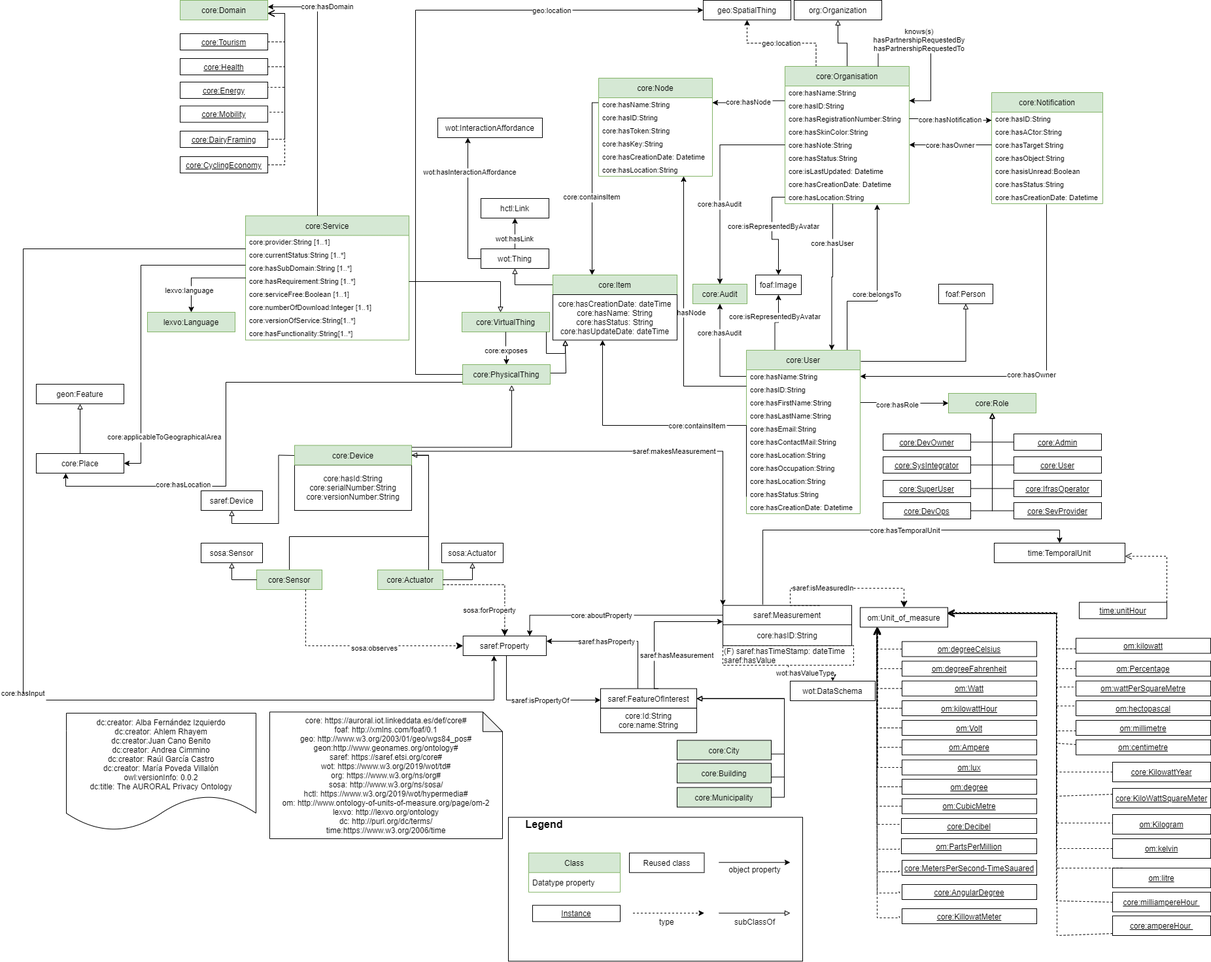
Above: diagrams/core.png in oeg-upm/auroral-core-ontology (draw.io), before the change. Source tidied: cells renumbered, new cells last; positions are measured from the earlier drawing's top-left corner, leaving out a move shared by most shapes.
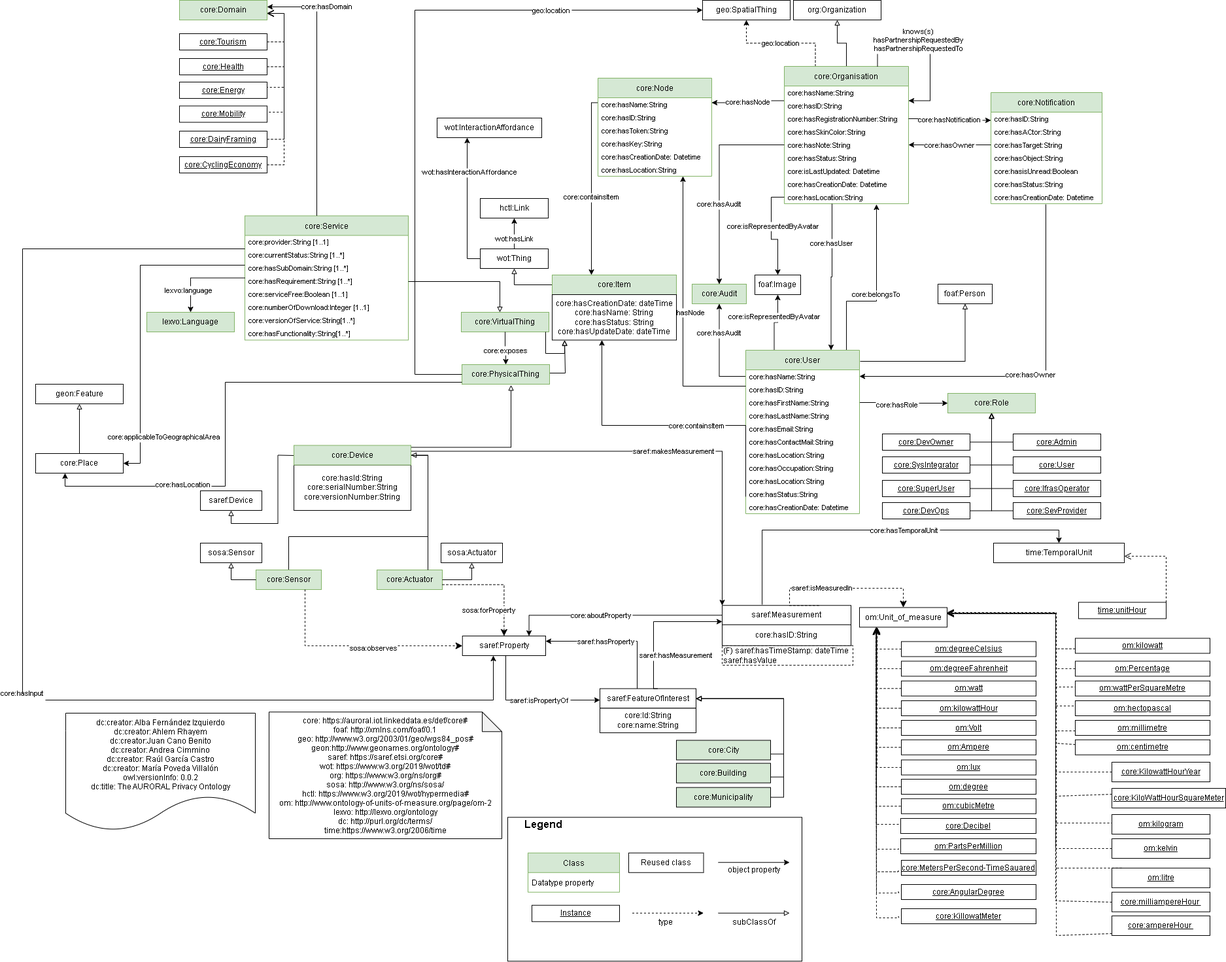
After the commit.

What changed in the source:
```diff
@@ -455,17 +455,6 @@
     <mxCell id="123" value="(F) saref:hasTimeStamp: dateTime&lt;br&gt;saref:hasValue" style="rounded=0;whiteSpace=wrap;html=1;snapToPoint=1;points=[[0.1,0],[0.2,0],[0.3,0],[0.4,0],[0.5,0],[0.6,0],[0.7,0],[0.8,0],[0.9,0],[0,0.1],[0,0.3],[0,0.5],[0,0.7],[0,0.9],[0.1,1],[0.2,1],[0.3,1],[0.4,1],[0.5,1],[0.6,1],[0.7,1],[0.8,1],[0.9,1],[1,0.1],[1,0.3],[1,0.5],[1,0.7],[1,0.9]];dashed=1;align=left;" parent="1" vertex="1">
       <mxGeometry x="1070" y="986.8" width="200" height="30" as="geometry" />
     </mxCell>
-    <mxCell id="124" value="wot:DataSchema" style="rounded=0;whiteSpace=wrap;html=1;" parent="1" vertex="1">
-      <mxGeometry x="1173" y="1041" width="130" height="30" as="geometry" />
-    </mxCell>
-    <mxCell id="125" style="endArrow=classic;html=1;endSize=8;dashed=1;arcSize=0;edgeStyle=orthogonalEdgeStyle;exitX=0.5;exitY=1;exitDx=0;exitDy=0;" parent="1" edge="1" source="123" target="124">
-      <mxGeometry relative="1" as="geometry" />
-    </mxCell>
-    <mxCell id="126" value="&lt;div&gt;wot:hasValueType&lt;/div&gt;" style="edgeLabel;html=1;align=center;verticalAlign=middle;" parent="125" vertex="1">
-      <mxGeometry x="-0.19" y="-1" relative="1" as="geometry">
-        <mxPoint x="1" y="-1.2" as="offset" />
-      </mxGeometry>
-    </mxCell>
     <mxCell id="127" value="saref:makesMeasurement" style="edgeStyle=orthogonalEdgeStyle;rounded=0;jettySize=auto;entryX=0;entryY=0;entryDx=0;entryDy=0;fontSize=11;endArrow=classic;endFill=1;exitX=1;exitY=0.3;exitDx=0;exitDy=0;" parent="1" edge="1" source="177" target="120">
       <mxGeometry x="0.13" relative="1" as="geometry">
         <Array as="points">
@@ -493,7 +482,7 @@
     <mxCell id="133" style="endArrow=open;html=1;fontColor=#000099;endFill=0;dashed=1;endSize=8;exitX=0;exitY=0.5;exitDx=0;exitDy=0;edgeStyle=orthogonalEdgeStyle;arcSize=0;entryX=0.2;entryY=1;entryDx=0;entryDy=0;" parent="1" edge="1" source="134" target="119">
       <mxGeometry relative="1" as="geometry" />
     </mxCell>
-    <mxCell id="134" value="&lt;u&gt;om:Watt&lt;/u&gt;" style="rounded=0;whiteSpace=wrap;html=1;snapToPoint=1;points=[[0.1,0],[0.2,0],[0.3,0],[0.4,0],[0.5,0],[0.6,0],[0.7,0],[0.8,0],[0.9,0],[0,0.1],[0,0.3],[0,0.5],[0,0.7],[0,0.9],[0.1,1],[0.2,1],[0.3,1],[0.4,1],[0.5,1],[0.6,1],[0.7,1],[0.8,1],[0.9,1],[1,0.1],[1,0.3],[1,0.5],[1,0.7],[1,0.9]];" parent="1" vertex="1">
+    <mxCell id="134" value="&lt;u&gt;om:watt&lt;/u&gt;" style="rounded=0;whiteSpace=wrap;html=1;snapToPoint=1;points=[[0.1,0],[0.2,0],[0.3,0],[0.4,0],[0.5,0],[0.6,0],[0.7,0],[0.8,0],[0.9,0],[0,0.1],[0,0.3],[0,0.5],[0,0.7],[0,0.9],[0.1,1],[0.2,1],[0.3,1],[0.4,1],[0.5,1],[0.6,1],[0.7,1],[0.8,1],[0.9,1],[1,0.1],[1,0.3],[1,0.5],[1,0.7],[1,0.9]];" parent="1" vertex="1">
       <mxGeometry x="1344" y="1040.8" width="206" height="23" as="geometry" />
     </mxCell>
     <mxCell id="135" value="&lt;u&gt;om:kilowattHour&lt;/u&gt;" style="rounded=0;whiteSpace=wrap;html=1;" parent="1" vertex="1">
@@ -511,7 +500,7 @@
     <mxCell id="139" value="&lt;u&gt;om:degree&lt;/u&gt;" style="rounded=0;whiteSpace=wrap;html=1;" parent="1" vertex="1">
       <mxGeometry x="1344" y="1191" width="206" height="23" as="geometry" />
     </mxCell>
-    <mxCell id="140" value="&lt;u&gt;om:CubicMetre&lt;/u&gt;" style="rounded=0;whiteSpace=wrap;html=1;" parent="1" vertex="1">
+    <mxCell id="140" value="&lt;u&gt;om:cubicMetre&lt;/u&gt;" style="rounded=0;whiteSpace=wrap;html=1;" parent="1" vertex="1">
       <mxGeometry x="1344" y="1220.8" width="206" height="23" as="geometry" />
     </mxCell>
     <mxCell id="141" style="endArrow=open;html=1;fontColor=#000099;endFill=0;dashed=1;endSize=8;exitX=0;exitY=0.5;exitDx=0;exitDy=0;edgeStyle=orthogonalEdgeStyle;arcSize=0;entryX=0.2;entryY=1;entryDx=0;entryDy=0;" parent="1" edge="1">
@@ -912,13 +901,13 @@
         </Array>
       </mxGeometry>
     </mxCell>
-    <mxCell id="220" value="&lt;u&gt;core:KilowattYear&lt;/u&gt;" style="rounded=0;whiteSpace=wrap;html=1;snapToPoint=1;points=[[0.1,0],[0.2,0],[0.3,0],[0.4,0],[0.5,0],[0.6,0],[0.7,0],[0.8,0],[0.9,0],[0,0.1],[0,0.3],[0,0.5],[0,0.7],[0,0.9],[0.1,1],[0.2,1],[0.3,1],[0.4,1],[0.5,1],[0.6,1],[0.7,1],[0.8,1],[0.9,1],[1,0.1],[1,0.3],[1,0.5],[1,0.7],[1,0.9]];" parent="1" vertex="1">
+    <mxCell id="220" value="&lt;u&gt;core:KilowattHourYear&lt;/u&gt;" style="rounded=0;whiteSpace=wrap;html=1;snapToPoint=1;points=[[0.1,0],[0.2,0],[0.3,0],[0.4,0],[0.5,0],[0.6,0],[0.7,0],[0.8,0],[0.9,0],[0,0.1],[0,0.3],[0,0.5],[0,0.7],[0,0.9],[0.1,1],[0.2,1],[0.3,1],[0.4,1],[0.5,1],[0.6,1],[0.7,1],[0.8,1],[0.9,1],[1,0.1],[1,0.3],[1,0.5],[1,0.7],[1,0.9]];" parent="1" vertex="1">
       <mxGeometry x="1666" y="1165" width="150" height="30" as="geometry" />
     </mxCell>
-    <mxCell id="221" value="&lt;u&gt;core:KiloWattSquareMeter&lt;/u&gt;" style="rounded=0;whiteSpace=wrap;html=1;snapToPoint=1;points=[[0.1,0],[0.2,0],[0.3,0],[0.4,0],[0.5,0],[0.6,0],[0.7,0],[0.8,0],[0.9,0],[0,0.1],[0,0.3],[0,0.5],[0,0.7],[0,0.9],[0.1,1],[0.2,1],[0.3,1],[0.4,1],[0.5,1],[0.6,1],[0.7,1],[0.8,1],[0.9,1],[1,0.1],[1,0.3],[1,0.5],[1,0.7],[1,0.9]];" parent="1" vertex="1">
-      <mxGeometry x="1666" y="1205" width="150" height="30" as="geometry" />
+    <mxCell id="221" value="&lt;u&gt;core:KiloWattHourSquareMeter&lt;/u&gt;" style="rounded=0;whiteSpace=wrap;html=1;snapToPoint=1;points=[[0.1,0],[0.2,0],[0.3,0],[0.4,0],[0.5,0],[0.6,0],[0.7,0],[0.8,0],[0.9,0],[0,0.1],[0,0.3],[0,0.5],[0,0.7],[0,0.9],[0.1,1],[0.2,1],[0.3,1],[0.4,1],[0.5,1],[0.6,1],[0.7,1],[0.8,1],[0.9,1],[1,0.1],[1,0.3],[1,0.5],[1,0.7],[1,0.9]];" parent="1" vertex="1">
+      <mxGeometry x="1666" y="1205" width="174" height="30" as="geometry" />
     </mxCell>
-    <mxCell id="222" value="&lt;u&gt;om:Kilogram&lt;/u&gt;&lt;span style=&quot;color: rgba(0 , 0 , 0 , 0) ; font-family: monospace ; font-size: 0px&quot;&gt;%3CmxGraphModel%3E%3Croot%3E%3CmxCell%20id%3D%220%22%2F%3E%3CmxCell%20id%3D%221%22%20parent%3D%220%22%2F%3E%3CmxCell%20id%3D%222%22%20value%3D%22%26lt%3Bu%26gt%3Bcore%3AKiloWattSquareMeter%26lt%3B%2Fu%26gt%3B%22%20style%3D%22rounded%3D0%3BwhiteSpace%3Dwrap%3Bhtml%3D1%3BsnapToPoint%3D1%3Bpoints%3D%5B%5B0.1%2C0%5D%2C%5B0.2%2C0%5D%2C%5B0.3%2C0%5D%2C%5B0.4%2C0%5D%2C%5B0.5%2C0%5D%2C%5B0.6%2C0%5D%2C%5B0.7%2C0%5D%2C%5B0.8%2C0%5D%2C%5B0.9%2C0%5D%2C%5B0%2C0.1%5D%2C%5B0%2C0.3%5D%2C%5B0%2C0.5%5D%2C%5B0%2C0.7%5D%2C%5B0%2C0.9%5D%2C%5B0.1%2C1%5D%2C%5B0.2%2C1%5D%2C%5B0.3%2C1%5D%2C%5B0.4%2C1%5D%2C%5B0.5%2C1%5D%2C%5B0.6%2C1%5D%2C%5B0.7%2C1%5D%2C%5B0.8%2C1%5D%2C%5B0.9%2C1%5D%2C%5B1%2C0.1%5D%2C%5B1%2C0.3%5D%2C%5B1%2C0.5%5D%2C%5B1%2C0.7%5D%2C%5B1%2C0.9%5D%5D%3B%22%20vertex%3D%221%22%20parent%3D%221%22%3E%3CmxGeometry%20x%3D%221210%22%20y%3D%22190%22%20width%3D%22150%22%20height%3D%2230%22%20as%3D%22geometry%22%2F%3E%3C%2FmxCell%3E%3C%2Froot%3E%3C%2FmxGraphModel%3E&lt;/span&gt;" style="rounded=0;whiteSpace=wrap;html=1;snapToPoint=1;points=[[0.1,0],[0.2,0],[0.3,0],[0.4,0],[0.5,0],[0.6,0],[0.7,0],[0.8,0],[0.9,0],[0,0.1],[0,0.3],[0,0.5],[0,0.7],[0,0.9],[0.1,1],[0.2,1],[0.3,1],[0.4,1],[0.5,1],[0.6,1],[0.7,1],[0.8,1],[0.9,1],[1,0.1],[1,0.3],[1,0.5],[1,0.7],[1,0.9]];" parent="1" vertex="1">
+    <mxCell id="222" value="&lt;u&gt;om:kilogram&lt;/u&gt;&lt;span style=&quot;color: rgba(0 , 0 , 0 , 0) ; font-family: monospace ; font-size: 0px&quot;&gt;%3CmxGraphModel%3E%3Croot%3E%3CmxCell%20id%3D%220%22%2F%3E%3CmxCell%20id%3D%221%22%20parent%3D%220%22%2F%3E%3CmxCell%20id%3D%222%22%20value%3D%22%26lt%3Bu%26gt%3Bcore%3AKiloWattSquareMeter%26lt%3B%2Fu%26gt%3B%22%20style%3D%22rounded%3D0%3BwhiteSpace%3Dwrap%3Bhtml%3D1%3BsnapToPoint%3D1%3Bpoints%3D%5B%5B0.1%2C0%5D%2C%5B0.2%2C0%5D%2C%5B0.3%2C0%5D%2C%5B0.4%2C0%5D%2C%5B0.5%2C0%5D%2C%5B0.6%2C0%5D%2C%5B0.7%2C0%5D%2C%5B0.8%2C0%5D%2C%5B0.9%2C0%5D%2C%5B0%2C0.1%5D%2C%5B0%2C0.3%5D%2C%5B0%2C0.5%5D%2C%5B0%2C0.7%5D%2C%5B0%2C0.9%5D%2C%5B0.1%2C1%5D%2C%5B0.2%2C1%5D%2C%5B0.3%2C1%5D%2C%5B0.4%2C1%5D%2C%5B0.5%2C1%5D%2C%5B0.6%2C1%5D%2C%5B0.7%2C1%5D%2C%5B0.8%2C1%5D%2C%5B0.9%2C1%5D%2C%5B1%2C0.1%5D%2C%5B1%2C0.3%5D%2C%5B1%2C0.5%5D%2C%5B1%2C0.7%5D%2C%5B1%2C0.9%5D%5D%3B%22%20vertex%3D%221%22%20parent%3D%221%22%3E%3CmxGeometry%20x%3D%221210%22%20y%3D%22190%22%20width%3D%22150%22%20height%3D%2230%22%20as%3D%22geometry%22%2F%3E%3C%2FmxCell%3E%3C%2Froot%3E%3C%2FmxGraphModel%3E&lt;/span&gt;" style="rounded=0;whiteSpace=wrap;html=1;snapToPoint=1;points=[[0.1,0],[0.2,0],[0.3,0],[0.4,0],[0.5,0],[0.6,0],[0.7,0],[0.8,0],[0.9,0],[0,0.1],[0,0.3],[0,0.5],[0,0.7],[0,0.9],[0.1,1],[0.2,1],[0.3,1],[0.4,1],[0.5,1],[0.6,1],[0.7,1],[0.8,1],[0.9,1],[1,0.1],[1,0.3],[1,0.5],[1,0.7],[1,0.9]];" parent="1" vertex="1">
       <mxGeometry x="1666" y="1245" width="150" height="30" as="geometry" />
     </mxCell>
     <mxCell id="223" style="endArrow=open;html=1;fontColor=#000099;endFill=0;dashed=1;endSize=8;edgeStyle=orthogonalEdgeStyle;arcSize=0;entryX=1;entryY=0.3;entryDx=0;entryDy=0;exitX=0;exitY=0.5;exitDx=0;exitDy=0;" parent="1" edge="1" source="220" target="119">
```
